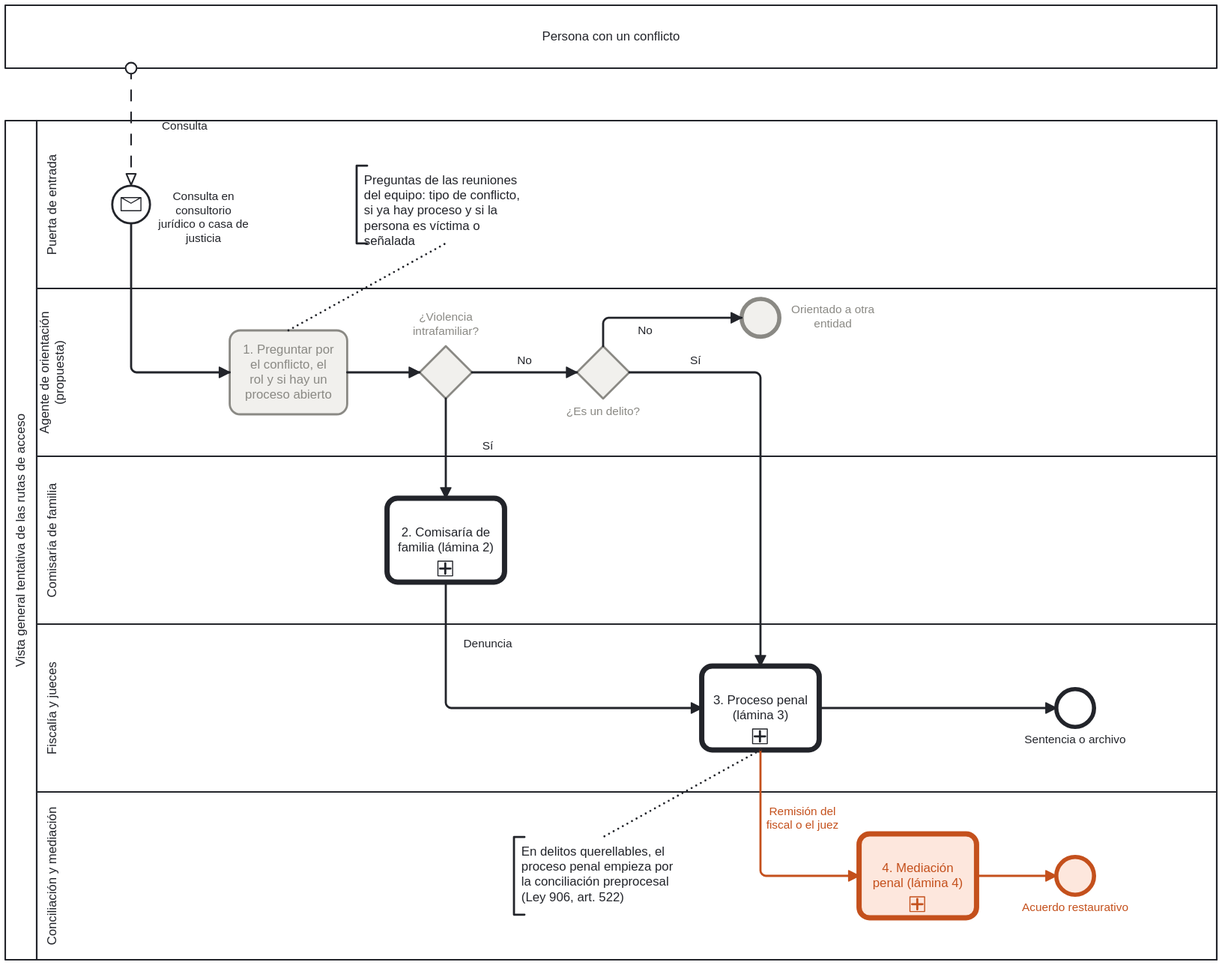
Earlier version of the BPMN export figuras/vista-general.svg (fsotosa-ops/justicia-restaurativa). Its source is kept beside it as procesos/vista-general.bpmn. Ids are renumbered. Source of this version:
```xml
<bpmn:definitions xmlns:bpmn="http://www.omg.org/spec/BPMN/20100524/MODEL" xmlns:bpmndi="http://www.omg.org/spec/BPMN/20100524/DI" xmlns:dc="http://www.omg.org/spec/DD/20100524/DC" xmlns:di="http://www.omg.org/spec/DD/20100524/DI" xmlns:bioc="http://bpmn.io/schema/bpmn/biocolor/1.0" xmlns:color="http://www.omg.org/spec/BPMN/non-normative/color/1.0" id="def_p_vista_general" targetNamespace="https://github.com/fsotosa-ops/justicia-restaurativa" exporter="justicia-restaurativa/mapa/procesos/bpmn.py" exporterVersion="1">
  <bpmn:collaboration id="col_p_vista_general">
    <bpmn:participant id="pool_p_vista_general" name="Vista general tentativa de las rutas de acceso" processRef="p_vista_general"/>
    <bpmn:participant id="persona" name="Persona con un conflicto"/>
    <bpmn:messageFlow id="mf0" sourceRef="persona" targetRef="inicio" name="Consulta"/>
  </bpmn:collaboration>
  <bpmn:process id="p_vista_general" name="Vista general tentativa de las rutas de acceso" isExecutable="false">
    <bpmn:laneSet id="ls_p_vista_general">
      <bpmn:lane id="lane_pue" name="Puerta de entrada">
        <bpmn:flowNodeRef>inicio</bpmn:flowNodeRef>
      </bpmn:lane>
      <bpmn:lane id="lane_age" name="Agente de orientación (propuesta)">
        <bpmn:flowNodeRef>a1</bpmn:flowNodeRef>
        <bpmn:flowNodeRef>gB</bpmn:flowNodeRef>
        <bpmn:flowNodeRef>gC</bpmn:flowNodeRef>
        <bpmn:flowNodeRef>fin_o</bpmn:flowNodeRef>
      </bpmn:lane>
      <bpmn:lane id="lane_com" name="Comisaría de familia">
        <bpmn:flowNodeRef>cC</bpmn:flowNodeRef>
      </bpmn:lane>
      <bpmn:lane id="lane_fis" name="Fiscalía y jueces">
        <bpmn:flowNodeRef>cP</bpmn:flowNodeRef>
        <bpmn:flowNodeRef>fin_p</bpmn:flowNodeRef>
      </bpmn:lane>
      <bpmn:lane id="lane_con" name="Conciliación y mediación">
        <bpmn:flowNodeRef>cM</bpmn:flowNodeRef>
        <bpmn:flowNodeRef>fin_m</bpmn:flowNodeRef>
      </bpmn:lane>
    </bpmn:laneSet>
    <bpmn:startEvent id="inicio" name="Consulta en consultorio jurídico o casa de justicia">
      <bpmn:outgoing>f0</bpmn:outgoing>
      <bpmn:messageEventDefinition id="med_inicio"/>
    </bpmn:startEvent>
    <bpmn:task id="a1" name="1. Preguntar por el conflicto, el rol y si hay un proceso abierto">
      <bpmn:documentation>Fuente: Propuesta del equipo, por validar</bpmn:documentation>
      <bpmn:incoming>f0</bpmn:incoming>
      <bpmn:outgoing>f1</bpmn:outgoing>
    </bpmn:task>
    <bpmn:exclusiveGateway id="gB" name="¿Violencia intrafamiliar?">
      <bpmn:incoming>f1</bpmn:incoming>
      <bpmn:outgoing>f2</bpmn:outgoing>
      <bpmn:outgoing>f3</bpmn:outgoing>
    </bpmn:exclusiveGateway>
    <bpmn:exclusiveGateway id="gC" name="¿Es un delito?">
      <bpmn:incoming>f3</bpmn:incoming>
      <bpmn:outgoing>f4</bpmn:outgoing>
      <bpmn:outgoing>f5</bpmn:outgoing>
    </bpmn:exclusiveGateway>
    <bpmn:endEvent id="fin_o" name="Orientado a otra entidad">
      <bpmn:incoming>f4</bpmn:incoming>
    </bpmn:endEvent>
    <bpmn:callActivity id="cC" name="2. Comisaría de familia (lámina 2)">
      <bpmn:documentation>Fuente: MinJusticia (2022), Tomo V</bpmn:documentation>
      <bpmn:incoming>f2</bpmn:incoming>
      <bpmn:outgoing>f6</bpmn:outgoing>
    </bpmn:callActivity>
    <bpmn:callActivity id="cP" name="3. Proceso penal (lámina 3)">
      <bpmn:documentation>Fuente: Ley 906 de 2004</bpmn:documentation>
      <bpmn:incoming>f5</bpmn:incoming>
      <bpmn:incoming>f6</bpmn:incoming>
      <bpmn:outgoing>f7</bpmn:outgoing>
      <bpmn:outgoing>f8</bpmn:outgoing>
    </bpmn:callActivity>
    <bpmn:callActivity id="cM" name="4. Mediación penal (lámina 4)">
      <bpmn:documentation>Fuente: Resolución FGN 0383 de 2022</bpmn:documentation>
      <bpmn:incoming>f7</bpmn:incoming>
      <bpmn:outgoing>f9</bpmn:outgoing>
    </bpmn:callActivity>
    <bpmn:endEvent id="fin_p" name="Sentencia o archivo">
      <bpmn:incoming>f8</bpmn:incoming>
    </bpmn:endEvent>
    <bpmn:endEvent id="fin_m" name="Acuerdo restaurativo">
      <bpmn:incoming>f9</bpmn:incoming>
    </bpmn:endEvent>
    <bpmn:textAnnotation id="n_q"><bpmn:text>En delitos querellables, el proceso penal empieza por la conciliación preprocesal (Ley 906, art. 522)</bpmn:text></bpmn:textAnnotation>
    <bpmn:textAnnotation id="n_a"><bpmn:text>Preguntas de las reuniones del equipo: tipo de conflicto, si ya hay proceso y si la persona es víctima o señalada</bpmn:text></bpmn:textAnnotation>
    <bpmn:sequenceFlow id="f0" sourceRef="inicio" targetRef="a1"/>
    <bpmn:sequenceFlow id="f1" sourceRef="a1" targetRef="gB"/>
    <bpmn:sequenceFlow id="f2" sourceRef="gB" targetRef="cC" name="Sí"/>
    <bpmn:sequenceFlow id="f3" sourceRef="gB" targetRef="gC" name="No"/>
    <bpmn:sequenceFlow id="f4" sourceRef="gC" targetRef="fin_o" name="No"/>
    <bpmn:sequenceFlow id="f5" sourceRef="gC" targetRef="cP" name="Sí"/>
    <bpmn:sequenceFlow id="f6" sourceRef="cC" targetRef="cP" name="Denuncia"/>
    <bpmn:sequenceFlow id="f7" sourceRef="cP" targetRef="cM" name="Remisión del fiscal o el juez"/>
    <bpmn:sequenceFlow id="f8" sourceRef="cP" targetRef="fin_p"/>
    <bpmn:sequenceFlow id="f9" sourceRef="cM" targetRef="fin_m"/>
    <bpmn:association id="asoc0" sourceRef="cP" targetRef="n_q"/>
    <bpmn:association id="asoc1" sourceRef="a1" targetRef="n_a"/>
  </bpmn:process>
  <bpmndi:BPMNDiagram id="dia_p_vista_general">
    <bpmndi:BPMNPlane id="pl_p_vista_general" bpmnElement="col_p_vista_general">
      <bpmndi:BPMNShape id="s_pool" bpmnElement="pool_p_vista_general" isHorizontal="true"><dc:Bounds x="0" y="110" width="1155" height="800"/></bpmndi:BPMNShape>
      <bpmndi:BPMNShape id="s_persona" bpmnElement="persona" isHorizontal="true"><dc:Bounds x="0" y="0" width="1155" height="60"/></bpmndi:BPMNShape>
      <bpmndi:BPMNShape id="s_lane_pue" bpmnElement="lane_pue" isHorizontal="true"><dc:Bounds x="30" y="110" width="1125" height="160"/></bpmndi:BPMNShape>
      <bpmndi:BPMNShape id="s_lane_age" bpmnElement="lane_age" isHorizontal="true"><dc:Bounds x="30" y="270" width="1125" height="160"/></bpmndi:BPMNShape>
      <bpmndi:BPMNShape id="s_lane_com" bpmnElement="lane_com" isHorizontal="true"><dc:Bounds x="30" y="430" width="1125" height="160"/></bpmndi:BPMNShape>
      <bpmndi:BPMNShape id="s_lane_fis" bpmnElement="lane_fis" isHorizontal="true"><dc:Bounds x="30" y="590" width="1125" height="160"/></bpmndi:BPMNShape>
      <bpmndi:BPMNShape id="s_lane_con" bpmnElement="lane_con" isHorizontal="true"><dc:Bounds x="30" y="750" width="1125" height="160"/></bpmndi:BPMNShape>
      <bpmndi:BPMNShape id="s_inicio" bpmnElement="inicio"><dc:Bounds x="102" y="172" width="36" height="36"/>
        <bpmndi:BPMNLabel><dc:Bounds x="144" y="176" width="90" height="28"/></bpmndi:BPMNLabel>
      </bpmndi:BPMNShape>
      <bpmndi:BPMNShape id="s_a1" bpmnElement="a1" bioc:stroke="#8a8984" bioc:fill="#f1f0ec" color:border-color="#8a8984" color:background-color="#f1f0ec"><dc:Bounds x="214" y="310" width="112" height="80"/>
      </bpmndi:BPMNShape>
      <bpmndi:BPMNShape id="s_gB" bpmnElement="gB" bioc:stroke="#8a8984" bioc:fill="#f1f0ec" color:border-color="#8a8984" color:background-color="#f1f0ec"><dc:Bounds x="395" y="325" width="50" height="50"/>
        <bpmndi:BPMNLabel><dc:Bounds x="365" y="291" width="110" height="28"/></bpmndi:BPMNLabel>
      </bpmndi:BPMNShape>
      <bpmndi:BPMNShape id="s_gC" bpmnElement="gC" bioc:stroke="#8a8984" bioc:fill="#f1f0ec" color:border-color="#8a8984" color:background-color="#f1f0ec"><dc:Bounds x="545" y="325" width="50" height="50"/>
        <bpmndi:BPMNLabel><dc:Bounds x="515" y="381" width="110" height="28"/></bpmndi:BPMNLabel>
      </bpmndi:BPMNShape>
      <bpmndi:BPMNShape id="s_fin_o" bpmnElement="fin_o" bioc:stroke="#8a8984" bioc:fill="#f1f0ec" color:border-color="#8a8984" color:background-color="#f1f0ec"><dc:Bounds x="702" y="280" width="36" height="36"/>
        <bpmndi:BPMNLabel><dc:Bounds x="744" y="284" width="90" height="28"/></bpmndi:BPMNLabel>
      </bpmndi:BPMNShape>
      <bpmndi:BPMNShape id="s_cC" bpmnElement="cC"><dc:Bounds x="364" y="470" width="112" height="80"/>
      </bpmndi:BPMNShape>
      <bpmndi:BPMNShape id="s_cP" bpmnElement="cP"><dc:Bounds x="664" y="630" width="112" height="80"/>
      </bpmndi:BPMNShape>
      <bpmndi:BPMNShape id="s_cM" bpmnElement="cM" bioc:stroke="#c4501c" bioc:fill="#fde6dc" color:border-color="#c4501c" color:background-color="#fde6dc"><dc:Bounds x="814" y="790" width="112" height="80"/>
      </bpmndi:BPMNShape>
      <bpmndi:BPMNShape id="s_fin_p" bpmnElement="fin_p"><dc:Bounds x="1002" y="652" width="36" height="36"/>
        <bpmndi:BPMNLabel><dc:Bounds x="965" y="694" width="110" height="28"/></bpmndi:BPMNLabel>
      </bpmndi:BPMNShape>
      <bpmndi:BPMNShape id="s_fin_m" bpmnElement="fin_m" bioc:stroke="#c4501c" bioc:fill="#fde6dc" color:border-color="#c4501c" color:background-color="#fde6dc"><dc:Bounds x="1002" y="812" width="36" height="36"/>
        <bpmndi:BPMNLabel><dc:Bounds x="965" y="854" width="110" height="28"/></bpmndi:BPMNLabel>
      </bpmndi:BPMNShape>
      <bpmndi:BPMNShape id="s_n_q" bpmnElement="n_q"><dc:Bounds x="485" y="793" width="170" height="74"/>
      </bpmndi:BPMNShape>
      <bpmndi:BPMNShape id="s_n_a" bpmnElement="n_a"><dc:Bounds x="335" y="153" width="170" height="74"/>
      </bpmndi:BPMNShape>
      <bpmndi:BPMNEdge id="e_f0" bpmnElement="f0"><di:waypoint x="120" y="208"/><di:waypoint x="120" y="350"/><di:waypoint x="214" y="350"/></bpmndi:BPMNEdge>
      <bpmndi:BPMNEdge id="e_f1" bpmnElement="f1"><di:waypoint x="326" y="350"/><di:waypoint x="395" y="350"/></bpmndi:BPMNEdge>
      <bpmndi:BPMNEdge id="e_f2" bpmnElement="f2"><di:waypoint x="420" y="375"/><di:waypoint x="420" y="470"/><bpmndi:BPMNLabel><dc:Bounds x="425" y="414" width="70" height="14"/></bpmndi:BPMNLabel></bpmndi:BPMNEdge>
      <bpmndi:BPMNEdge id="e_f3" bpmnElement="f3"><di:waypoint x="445" y="350"/><di:waypoint x="545" y="350"/><bpmndi:BPMNLabel><dc:Bounds x="465" y="332" width="60" height="14"/></bpmndi:BPMNLabel></bpmndi:BPMNEdge>
      <bpmndi:BPMNEdge id="e_f4" bpmnElement="f4"><di:waypoint x="570" y="325"/><di:waypoint x="570" y="298"/><di:waypoint x="702" y="298"/><bpmndi:BPMNLabel><dc:Bounds x="575" y="304" width="70" height="14"/></bpmndi:BPMNLabel></bpmndi:BPMNEdge>
      <bpmndi:BPMNEdge id="e_f5" bpmnElement="f5"><di:waypoint x="595" y="350"/><di:waypoint x="720" y="350"/><di:waypoint x="720" y="630"/><bpmndi:BPMNLabel><dc:Bounds x="628" y="332" width="60" height="14"/></bpmndi:BPMNLabel></bpmndi:BPMNEdge>
      <bpmndi:BPMNEdge id="e_f6" bpmnElement="f6"><di:waypoint x="420" y="550"/><di:waypoint x="420" y="670"/><di:waypoint x="664" y="670"/><bpmndi:BPMNLabel><dc:Bounds x="425" y="602" width="70" height="14"/></bpmndi:BPMNLabel></bpmndi:BPMNEdge>
      <bpmndi:BPMNEdge id="e_f7" bpmnElement="f7" bioc:stroke="#c4501c" color:border-color="#c4501c"><di:waypoint x="720" y="710"/><di:waypoint x="720" y="830"/><di:waypoint x="814" y="830"/><bpmndi:BPMNLabel><dc:Bounds x="725" y="762" width="70" height="14"/></bpmndi:BPMNLabel></bpmndi:BPMNEdge>
      <bpmndi:BPMNEdge id="e_f8" bpmnElement="f8"><di:waypoint x="776" y="670"/><di:waypoint x="1002" y="670"/></bpmndi:BPMNEdge>
      <bpmndi:BPMNEdge id="e_f9" bpmnElement="f9" bioc:stroke="#c4501c" color:border-color="#c4501c"><di:waypoint x="926" y="830"/><di:waypoint x="1002" y="830"/></bpmndi:BPMNEdge>
      <bpmndi:BPMNEdge id="e_mf0" bpmnElement="mf0"><di:waypoint x="120" y="60"/><di:waypoint x="120" y="172"/><bpmndi:BPMNLabel><dc:Bounds x="126" y="109" width="90" height="14"/></bpmndi:BPMNLabel></bpmndi:BPMNEdge>
      <bpmndi:BPMNEdge id="e_asoc0" bpmnElement="asoc0"><di:waypoint x="720" y="710"/><di:waypoint x="570" y="793"/></bpmndi:BPMNEdge>
      <bpmndi:BPMNEdge id="e_asoc1" bpmnElement="asoc1"><di:waypoint x="270" y="310"/><di:waypoint x="420" y="227"/></bpmndi:BPMNEdge>
    </bpmndi:BPMNPlane>
  </bpmndi:BPMNDiagram>
</bpmn:definitions>
```
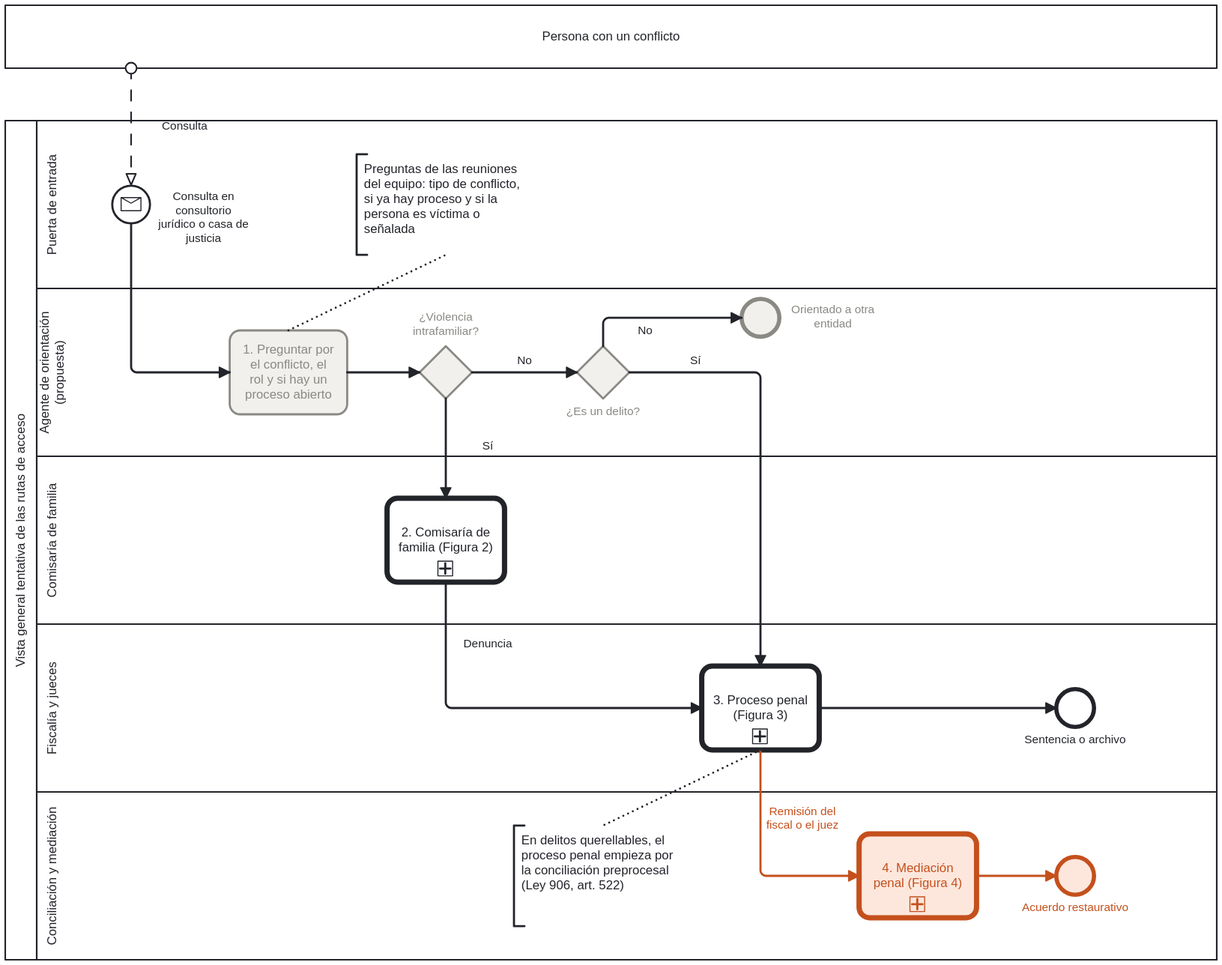
Above is the later version.

Diff of the diagram source:
```diff
@@ -49,19 +49,19 @@
     <bpmn:endEvent id="fin_o" name="Orientado a otra entidad">
       <bpmn:incoming>f4</bpmn:incoming>
     </bpmn:endEvent>
-    <bpmn:callActivity id="cC" name="2. Comisaría de familia (lámina 2)">
-      <bpmn:documentation>Fuente: MinJusticia (2022), Tomo V</bpmn:documentation>
+    <bpmn:callActivity id="cC" name="2. Comisaría de familia (Figura 2)">
+      <bpmn:documentation>Fuente: MinJusticia y PNUD (2022), Tomo V</bpmn:documentation>
       <bpmn:incoming>f2</bpmn:incoming>
       <bpmn:outgoing>f6</bpmn:outgoing>
     </bpmn:callActivity>
-    <bpmn:callActivity id="cP" name="3. Proceso penal (lámina 3)">
+    <bpmn:callActivity id="cP" name="3. Proceso penal (Figura 3)">
       <bpmn:documentation>Fuente: Ley 906 de 2004</bpmn:documentation>
       <bpmn:incoming>f5</bpmn:incoming>
       <bpmn:incoming>f6</bpmn:incoming>
       <bpmn:outgoing>f7</bpmn:outgoing>
       <bpmn:outgoing>f8</bpmn:outgoing>
     </bpmn:callActivity>
-    <bpmn:callActivity id="cM" name="4. Mediación penal (lámina 4)">
+    <bpmn:callActivity id="cM" name="4. Mediación penal (Figura 4)">
       <bpmn:documentation>Fuente: Resolución FGN 0383 de 2022</bpmn:documentation>
       <bpmn:incoming>f7</bpmn:incoming>
       <bpmn:outgoing>f9</bpmn:outgoing>
@@ -122,9 +122,9 @@
       <bpmndi:BPMNShape id="s_fin_m" bpmnElement="fin_m" bioc:stroke="#c4501c" bioc:fill="#fde6dc" color:border-color="#c4501c" color:background-color="#fde6dc"><dc:Bounds x="1002" y="812" width="36" height="36"/>
         <bpmndi:BPMNLabel><dc:Bounds x="965" y="854" width="110" height="28"/></bpmndi:BPMNLabel>
       </bpmndi:BPMNShape>
-      <bpmndi:BPMNShape id="s_n_q" bpmnElement="n_q"><dc:Bounds x="485" y="793" width="170" height="74"/>
+      <bpmndi:BPMNShape id="s_n_q" bpmnElement="n_q"><dc:Bounds x="485" y="782" width="170" height="96"/>
       </bpmndi:BPMNShape>
-      <bpmndi:BPMNShape id="s_n_a" bpmnElement="n_a"><dc:Bounds x="335" y="153" width="170" height="74"/>
+      <bpmndi:BPMNShape id="s_n_a" bpmnElement="n_a"><dc:Bounds x="335" y="142" width="170" height="96"/>
       </bpmndi:BPMNShape>
       <bpmndi:BPMNEdge id="e_f0" bpmnElement="f0"><di:waypoint x="120" y="208"/><di:waypoint x="120" y="350"/><di:waypoint x="214" y="350"/></bpmndi:BPMNEdge>
       <bpmndi:BPMNEdge id="e_f1" bpmnElement="f1"><di:waypoint x="326" y="350"/><di:waypoint x="395" y="350"/></bpmndi:BPMNEdge>
@@ -137,8 +137,8 @@
       <bpmndi:BPMNEdge id="e_f8" bpmnElement="f8"><di:waypoint x="776" y="670"/><di:waypoint x="1002" y="670"/></bpmndi:BPMNEdge>
       <bpmndi:BPMNEdge id="e_f9" bpmnElement="f9" bioc:stroke="#c4501c" color:border-color="#c4501c"><di:waypoint x="926" y="830"/><di:waypoint x="1002" y="830"/></bpmndi:BPMNEdge>
       <bpmndi:BPMNEdge id="e_mf0" bpmnElement="mf0"><di:waypoint x="120" y="60"/><di:waypoint x="120" y="172"/><bpmndi:BPMNLabel><dc:Bounds x="126" y="109" width="90" height="14"/></bpmndi:BPMNLabel></bpmndi:BPMNEdge>
-      <bpmndi:BPMNEdge id="e_asoc0" bpmnElement="asoc0"><di:waypoint x="720" y="710"/><di:waypoint x="570" y="793"/></bpmndi:BPMNEdge>
-      <bpmndi:BPMNEdge id="e_asoc1" bpmnElement="asoc1"><di:waypoint x="270" y="310"/><di:waypoint x="420" y="227"/></bpmndi:BPMNEdge>
+      <bpmndi:BPMNEdge id="e_asoc0" bpmnElement="asoc0"><di:waypoint x="720" y="710"/><di:waypoint x="570" y="782"/></bpmndi:BPMNEdge>
+      <bpmndi:BPMNEdge id="e_asoc1" bpmnElement="asoc1"><di:waypoint x="270" y="310"/><di:waypoint x="420" y="238"/></bpmndi:BPMNEdge>
     </bpmndi:BPMNPlane>
   </bpmndi:BPMNDiagram>
 </bpmn:definitions>
```
